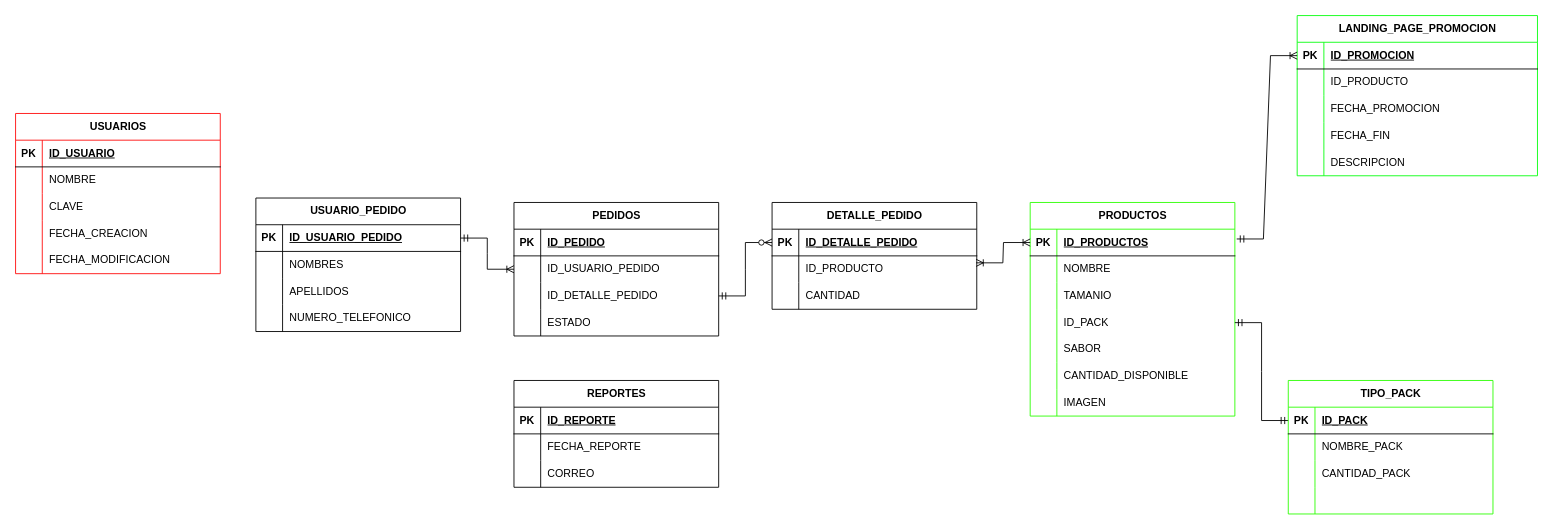
Before: backend/DB_Entidad_Relacion.drawio in DavidSantana872/GBar, a draw.io diagram. Source tidied: cells renumbered, new cells numbered last; positions are measured from the earlier drawing's top-left corner, leaving out a move shared by most shapes. Both pictures are drawn from the tidied source at 89%, with x=0, y=0 at pixel (15, 15).
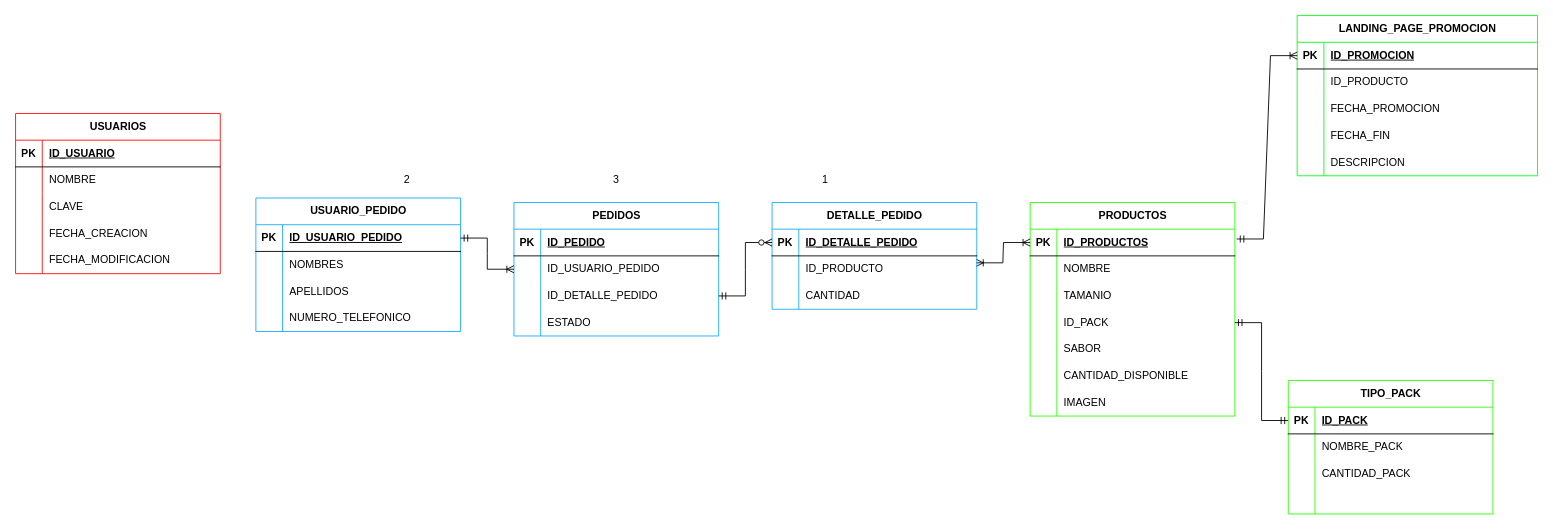
The same page after the edit.

Diff of the diagram source:
```diff
@@
-    <mxCell id="38" value="PEDIDOS" style="shape=table;startSize=30;childLayout=tableLayout;rowLines=0;fontStyle=1;align=center;html=1;" parent="1" vertex="1">
+    <mxCell id="38" value="PEDIDOS" style="shape=table;startSize=30;childLayout=tableLayout;rowLines=0;fontStyle=1;align=center;html=1;strokeColor=#17AAFF;" parent="1" vertex="1">
       <mxGeometry x="560" y="210" width="230" height="150" as="geometry" />
     </mxCell>
@@
-    <mxCell id="84" value="REPORTES" style="shape=table;startSize=30;childLayout=tableLayout;rowLines=0;fontStyle=1;align=center;html=1;" parent="1" vertex="1">
-      <mxGeometry x="560" y="410" width="230" height="120" as="geometry" />
-    </mxCell>
-    <mxCell id="85" style="shape=tableRow;horizontal=0;startSize=0;swimlaneHead=0;swimlaneBody=0;fillColor=none;top=0;left=0;right=0;bottom=1;" parent="84" vertex="1">
-      <mxGeometry y="30" width="230" height="30" as="geometry" />
-    </mxCell>
-    <mxCell id="86" value="PK" style="shape=partialRectangle;fillColor=none;top=0;left=0;bottom=0;right=0;fontStyle=1;overflow=hidden;whiteSpace=wrap;html=1;" parent="85" vertex="1">
-      <mxGeometry width="30" height="30" as="geometry" />
-    </mxCell>
-    <mxCell id="87" value="ID_REPORTE" style="shape=partialRectangle;fillColor=none;top=0;left=0;bottom=0;right=0;align=left;spacingLeft=6;fontStyle=5;overflow=hidden;whiteSpace=wrap;html=1;" parent="85" vertex="1">
-      <mxGeometry x="30" width="200" height="30" as="geometry" />
-    </mxCell>
-    <mxCell id="88" style="shape=tableRow;horizontal=0;startSize=0;swimlaneHead=0;swimlaneBody=0;fillColor=none;top=0;left=0;right=0;bottom=0;" parent="84" vertex="1">
-      <mxGeometry y="60" width="230" height="30" as="geometry" />
-    </mxCell>
-    <mxCell id="89" style="shape=partialRectangle;fillColor=none;top=0;left=0;bottom=0;right=0;overflow=hidden;whiteSpace=wrap;html=1;" parent="88" vertex="1">
-      <mxGeometry width="30" height="30" as="geometry" />
-    </mxCell>
-    <mxCell id="90" value="FECHA_REPORTE" style="shape=partialRectangle;fillColor=none;top=0;left=0;bottom=0;right=0;align=left;spacingLeft=6;overflow=hidden;whiteSpace=wrap;html=1;" parent="88" vertex="1">
-      <mxGeometry x="30" width="200" height="30" as="geometry" />
-    </mxCell>
-    <mxCell id="91" style="shape=tableRow;horizontal=0;startSize=0;swimlaneHead=0;swimlaneBody=0;fillColor=none;top=0;left=0;right=0;bottom=0;" parent="84" vertex="1">
-      <mxGeometry y="90" width="230" height="30" as="geometry" />
-    </mxCell>
-    <mxCell id="92" style="shape=partialRectangle;fillColor=none;top=0;left=0;bottom=0;right=0;overflow=hidden;whiteSpace=wrap;html=1;" parent="91" vertex="1">
-      <mxGeometry width="30" height="30" as="geometry" />
-    </mxCell>
-    <mxCell id="93" value="CORREO" style="shape=partialRectangle;fillColor=none;top=0;left=0;bottom=0;right=0;align=left;spacingLeft=6;overflow=hidden;whiteSpace=wrap;html=1;" parent="91" vertex="1">
-      <mxGeometry x="30" width="200" height="30" as="geometry" />
-    </mxCell>
-    <mxCell id="94" value="DETALLE_PEDIDO" style="shape=table;startSize=30;childLayout=tableLayout;rowLines=0;fontStyle=1;align=center;html=1;" parent="1" vertex="1">
+    <mxCell id="94" value="DETALLE_PEDIDO" style="shape=table;startSize=30;childLayout=tableLayout;rowLines=0;fontStyle=1;align=center;html=1;strokeColor=#17AAFF;" parent="1" vertex="1">
       <mxGeometry x="850" y="210" width="230" height="120" as="geometry" />
     </mxCell>
@@
-    <mxCell id="105" value="USUARIO_PEDIDO" style="shape=table;startSize=30;childLayout=tableLayout;rowLines=0;fontStyle=1;align=center;html=1;" parent="1" vertex="1">
+    <mxCell id="105" value="USUARIO_PEDIDO" style="shape=table;startSize=30;childLayout=tableLayout;rowLines=0;fontStyle=1;align=center;html=1;strokeColor=#17AAFF;" parent="1" vertex="1">
       <mxGeometry x="270" y="205" width="230" height="150" as="geometry" />
     </mxCell>
@@
+    <mxCell id="120" value="1" style="text;html=1;align=center;verticalAlign=middle;whiteSpace=wrap;rounded=0;" parent="1" vertex="1">
+      <mxGeometry x="880" y="170" width="60" height="30" as="geometry" />
+    </mxCell>
+    <mxCell id="121" value="3" style="text;html=1;align=center;verticalAlign=middle;whiteSpace=wrap;rounded=0;" parent="1" vertex="1">
+      <mxGeometry x="645" y="170" width="60" height="30" as="geometry" />
+    </mxCell>
+    <mxCell id="122" value="2" style="text;html=1;align=center;verticalAlign=middle;whiteSpace=wrap;rounded=0;" parent="1" vertex="1">
+      <mxGeometry x="410" y="170" width="60" height="30" as="geometry" />
+    </mxCell>
```
